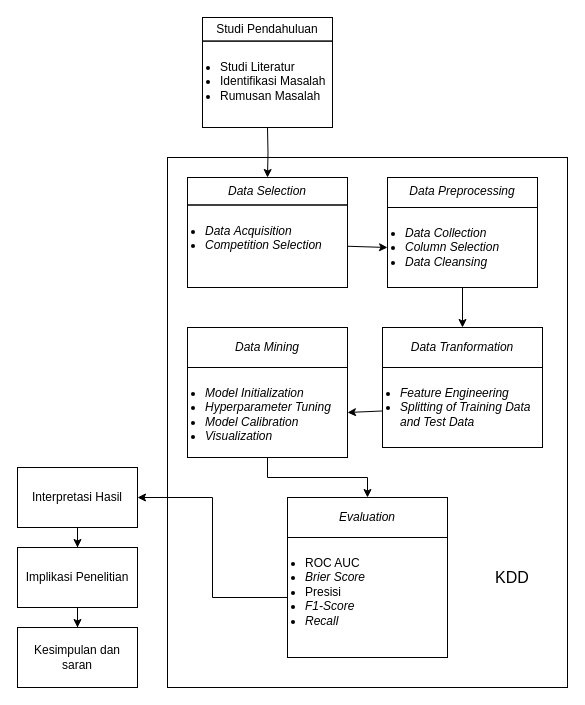
Earlier version of the draw.io diagram diagrams/Tahapan Penelitian.drawio (fadhilra101/skripsi). Source tidied: cells renumbered, new cells numbered last; positions are measured from the earlier drawing's top-left corner, leaving out a move shared by most shapes. Both pictures are drawn from the tidied source at 100%, with x=0, y=0 at pixel (17, 17).
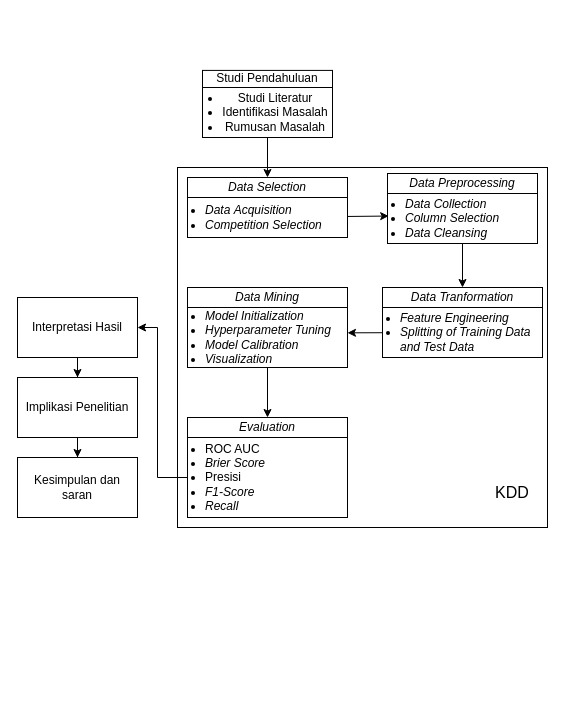
The same diagram, later.

Change to the diagram source:
```diff
@@
     <mxCell id="2" style="rounded=0;whiteSpace=wrap;html=1;fillColor=none;" parent="1" vertex="1">
-      <mxGeometry x="150" y="140" width="400" height="530" as="geometry" />
+      <mxGeometry x="160" y="150" width="370" height="360" as="geometry" />
     </mxCell>
-    <mxCell id="3" style="edgeStyle=orthogonalEdgeStyle;rounded=0;jettySize=auto;html=1;entryX=0.5;entryY=0;entryDx=0;entryDy=0;" parent="1" edge="1" target="8">
-      <mxGeometry relative="1" as="geometry">
-        <mxPoint x="250" y="110" as="sourcePoint" />
-      </mxGeometry>
-    </mxCell>
-    <mxCell id="4" value="&lt;i&gt;Evaluation&lt;/i&gt;" style="rounded=0;whiteSpace=wrap;html=1;fillColor=none;" parent="1" vertex="1">
-      <mxGeometry x="270" y="480" width="160" height="40" as="geometry" />
-    </mxCell>
     <mxCell id="5" style="edgeStyle=orthogonalEdgeStyle;rounded=0;jettySize=auto;html=1;entryX=1;entryY=0.5;entryDx=0;entryDy=0;" parent="1" edge="1" source="6" target="11">
-      <mxGeometry relative="1" as="geometry" />
+      <mxGeometry relative="1" as="geometry">
+        <Array as="points">
+          <mxPoint x="140" y="460" />
+          <mxPoint x="140" y="310" />
+        </Array>
+      </mxGeometry>
     </mxCell>
-    <mxCell id="6" value="&lt;ul style=&quot;padding-left: 16px;&quot;&gt;&lt;li&gt;ROC AUC&lt;/li&gt;&lt;li&gt;&lt;i&gt;Brier Score&lt;/i&gt;&lt;/li&gt;&lt;li&gt;&lt;span style=&quot;text-align: center;&quot;&gt;Presisi&lt;/span&gt;&lt;/li&gt;&lt;li&gt;&lt;span style=&quot;text-align: center;&quot;&gt;&lt;i&gt;F1-Score&lt;/i&gt;&lt;/span&gt;&lt;/li&gt;&lt;li&gt;&lt;span style=&quot;text-align: center;&quot;&gt;&lt;i&gt;Recall&lt;/i&gt;&lt;/span&gt;&lt;/li&gt;&lt;/ul&gt;" style="rounded=0;whiteSpace=wrap;html=1;fillColor=none;align=left;verticalAlign=top;" parent="1" vertex="1">
-      <mxGeometry x="270" y="520" width="160" height="120" as="geometry" />
-    </mxCell>
-    <mxCell id="7" style="group;verticalAlign=top;" parent="1" vertex="1">
-      <mxGeometry x="170" y="160" width="160" height="110" as="geometry" />
+    <mxCell id="7" style="group;verticalAlign=top;align=left;" parent="1" vertex="1">
+      <mxGeometry x="170" y="160" width="160" height="60" as="geometry" />
     </mxCell>
     <mxCell id="8" value="&lt;i&gt;Data Selection&lt;/i&gt;" style="rounded=0;whiteSpace=wrap;html=1;fillColor=none;" parent="7" vertex="1">
-      <mxGeometry width="160" height="27.5" as="geometry" />
+      <mxGeometry width="160" height="20" as="geometry" />
     </mxCell>
-    <mxCell id="9" value="&lt;ul style=&quot;padding-left: 16px;&quot;&gt;&lt;li&gt;&lt;i style=&quot;background-color: transparent; color: light-dark(rgb(0, 0, 0), rgb(255, 255, 255));&quot;&gt;Data&amp;nbsp;Acquisition&lt;/i&gt;&lt;/li&gt;&lt;li&gt;&lt;i style=&quot;background-color: transparent; color: light-dark(rgb(0, 0, 0), rgb(255, 255, 255));&quot;&gt;Competition Selection&lt;/i&gt;&lt;/li&gt;&lt;/ul&gt;" style="rounded=0;whiteSpace=wrap;html=1;fillColor=none;align=left;verticalAlign=top;" parent="7" vertex="1">
-      <mxGeometry y="27.5" width="160" height="82.5" as="geometry" />
+    <mxCell id="9" value="&lt;ul style=&quot;padding-left: 16px;&quot;&gt;&lt;li&gt;&lt;i style=&quot;background-color: transparent; color: light-dark(rgb(0, 0, 0), rgb(255, 255, 255));&quot;&gt;Data&amp;nbsp;Acquisition&lt;/i&gt;&lt;/li&gt;&lt;li&gt;&lt;i style=&quot;background-color: transparent; color: light-dark(rgb(0, 0, 0), rgb(255, 255, 255));&quot;&gt;Competition Selection&lt;/i&gt;&lt;/li&gt;&lt;/ul&gt;" style="rounded=0;whiteSpace=wrap;html=1;fillColor=none;align=left;verticalAlign=middle;labelPosition=center;verticalLabelPosition=middle;" parent="7" vertex="1">
+      <mxGeometry y="20" width="160" height="40" as="geometry" />
     </mxCell>
@@
     <mxCell id="11" value="Interpretasi Hasil" style="rounded=0;whiteSpace=wrap;html=1;fillColor=none;" parent="1" vertex="1">
-      <mxGeometry y="450" width="120" height="60" as="geometry" />
+      <mxGeometry y="280" width="120" height="60" as="geometry" />
     </mxCell>
@@
     <mxCell id="13" value="Implikasi Penelitian" style="rounded=0;whiteSpace=wrap;html=1;fillColor=none;" parent="1" vertex="1">
-      <mxGeometry y="530" width="120" height="60" as="geometry" />
+      <mxGeometry y="360" width="120" height="60" as="geometry" />
     </mxCell>
-    <mxCell id="14" style="group;" parent="1" vertex="1">
-      <mxGeometry x="185" width="130" height="110" as="geometry" />
+    <mxCell id="14" style="group;labelPosition=center;verticalLabelPosition=top;align=center;verticalAlign=bottom;" parent="1" vertex="1">
+      <mxGeometry x="185" y="40" width="130" height="80" as="geometry" />
     </mxCell>
     <mxCell id="15" value="Studi Pendahuluan" style="rounded=0;whiteSpace=wrap;html=1;fillColor=none;" parent="14" vertex="1">
-      <mxGeometry width="130" height="23.6" as="geometry" />
+      <mxGeometry y="12.9" width="130" height="17.1" as="geometry" />
     </mxCell>
-    <mxCell id="16" value="&lt;ul style=&quot;padding-left: 16px;&quot;&gt;&lt;li&gt;&lt;span style=&quot;background-color: transparent; color: light-dark(rgb(0, 0, 0), rgb(255, 255, 255));&quot;&gt;Studi Literatur&lt;/span&gt;&lt;/li&gt;&lt;li&gt;&lt;span style=&quot;background-color: transparent; color: light-dark(rgb(0, 0, 0), rgb(255, 255, 255));&quot;&gt;Identifikasi Masalah&lt;/span&gt;&lt;/li&gt;&lt;li&gt;&lt;span style=&quot;background-color: transparent; color: light-dark(rgb(0, 0, 0), rgb(255, 255, 255));&quot;&gt;&lt;span style=&quot;text-align: center;&quot;&gt;Rumusan Masalah&lt;/span&gt;&lt;/span&gt;&lt;/li&gt;&lt;/ul&gt;" style="rounded=0;whiteSpace=wrap;html=1;fillColor=none;align=left;verticalAlign=top;" parent="14" vertex="1">
-      <mxGeometry y="23.6" width="130" height="86.4" as="geometry" />
+    <mxCell id="16" value="&lt;ul style=&quot;padding-left: 16px;&quot;&gt;&lt;li&gt;&lt;span style=&quot;background-color: transparent; color: light-dark(rgb(0, 0, 0), rgb(255, 255, 255));&quot;&gt;Studi Literatur&lt;/span&gt;&lt;/li&gt;&lt;li&gt;&lt;span style=&quot;background-color: transparent; color: light-dark(rgb(0, 0, 0), rgb(255, 255, 255));&quot;&gt;Identifikasi Masalah&lt;/span&gt;&lt;/li&gt;&lt;li&gt;&lt;span style=&quot;background-color: transparent; color: light-dark(rgb(0, 0, 0), rgb(255, 255, 255));&quot;&gt;&lt;span style=&quot;text-align: center;&quot;&gt;Rumusan Masalah&lt;/span&gt;&lt;/span&gt;&lt;/li&gt;&lt;/ul&gt;" style="rounded=0;whiteSpace=wrap;html=1;fillColor=none;align=center;verticalAlign=middle;labelPosition=center;verticalLabelPosition=middle;" parent="14" vertex="1">
+      <mxGeometry y="30" width="130" height="50" as="geometry" />
     </mxCell>
     <mxCell id="17" value="Kesimpulan dan saran" style="rounded=0;whiteSpace=wrap;html=1;fillColor=none;" parent="1" vertex="1">
-      <mxGeometry y="610" width="120" height="60" as="geometry" />
+      <mxGeometry y="440" width="120" height="60" as="geometry" />
     </mxCell>
     <mxCell id="18" value="KDD" style="text;html=1;align=center;verticalAlign=middle;whiteSpace=wrap;rounded=0;fontSize=16;" parent="1" vertex="1">
-      <mxGeometry x="465" y="545" width="60" height="30" as="geometry" />
+      <mxGeometry x="465" y="460" width="60" height="30" as="geometry" />
     </mxCell>
+    <mxCell id="20" style="edgeStyle=orthogonalEdgeStyle;rounded=0;jettySize=auto;html=1;entryX=0.5;entryY=0;entryDx=0;entryDy=0;" parent="1" edge="1" source="21" target="24">
+      <mxGeometry relative="1" as="geometry" />
+    </mxCell>
+    <mxCell id="25" style="edgeStyle=orthogonalEdgeStyle;rounded=0;jettySize=auto;html=1;entryX=0.5;entryY=0;entryDx=0;entryDy=0;" parent="1" edge="1" source="26" target="4">
+      <mxGeometry relative="1" as="geometry" />
+    </mxCell>
+    <mxCell id="29" style="edgeStyle=orthogonalEdgeStyle;rounded=0;jettySize=auto;html=1;entryX=0.5;entryY=0;entryDx=0;entryDy=0;" parent="1" edge="1" source="16" target="8">
+      <mxGeometry relative="1" as="geometry" />
+    </mxCell>
+    <mxCell id="28" style="endArrow=classic;html=1;rounded=0;entryX=0.008;entryY=0.451;entryDx=0;entryDy=0;entryPerimeter=0;exitX=1;exitY=0.474;exitDx=0;exitDy=0;exitPerimeter=0;" parent="1" edge="1" source="9" target="21">
+      <mxGeometry relative="1" as="geometry" />
+    </mxCell>
+    <mxCell id="30" style="group;align=left;" parent="1" vertex="1">
+      <mxGeometry x="370" y="156" width="150" height="70" as="geometry" />
+    </mxCell>
-    <mxCell id="19" value="&lt;i&gt;Data Preprocessing&lt;/i&gt;" style="rounded=0;whiteSpace=wrap;html=1;fillColor=none;verticalAlign=top;" parent="1" vertex="1">
-      <mxGeometry x="370" y="160" width="150" height="30" as="geometry" />
+    <mxCell id="19" value="&lt;i&gt;Data Preprocessing&lt;/i&gt;" style="rounded=0;whiteSpace=wrap;html=1;fillColor=none;verticalAlign=middle;labelPosition=center;verticalLabelPosition=middle;align=center;" parent="30" vertex="1">
+      <mxGeometry width="150" height="20" as="geometry" />
     </mxCell>
-    <mxCell id="20" style="edgeStyle=orthogonalEdgeStyle;rounded=0;jettySize=auto;html=1;entryX=0.5;entryY=0;entryDx=0;entryDy=0;" parent="1" edge="1" source="21" target="24">
-      <mxGeometry relative="1" as="geometry" />
-    </mxCell>
-    <mxCell id="21" value="&lt;ul style=&quot;padding-left: 16px;&quot;&gt;&lt;li&gt;&lt;i&gt;Data Collection&lt;/i&gt;&lt;/li&gt;&lt;li&gt;&lt;i&gt;Column Selection&lt;/i&gt;&lt;/li&gt;&lt;li&gt;&lt;i&gt;Data&amp;nbsp;Cleansing&lt;/i&gt;&lt;/li&gt;&lt;/ul&gt;" style="rounded=0;fillColor=none;align=left;verticalAlign=top;html=1;" parent="1" vertex="1">
-      <mxGeometry x="370" y="190" width="150" height="80" as="geometry" />
+    <mxCell id="21" value="&lt;ul style=&quot;padding-left: 16px;&quot;&gt;&lt;li&gt;&lt;i&gt;Data Collection&lt;/i&gt;&lt;/li&gt;&lt;li&gt;&lt;i&gt;Column Selection&lt;/i&gt;&lt;/li&gt;&lt;li&gt;&lt;i&gt;Data&amp;nbsp;Cleansing&lt;/i&gt;&lt;/li&gt;&lt;/ul&gt;" style="rounded=0;fillColor=none;align=left;verticalAlign=middle;html=1;labelPosition=center;verticalLabelPosition=middle;" parent="30" vertex="1">
+      <mxGeometry y="20" width="150" height="50" as="geometry" />
     </mxCell>
+    <mxCell id="31" style="group;" parent="1" vertex="1">
+      <mxGeometry x="170" y="270" width="160" height="80" as="geometry" />
+    </mxCell>
+    <mxCell id="26" value="&lt;ul style=&quot;padding-left: 16px;&quot;&gt;&lt;li&gt;&lt;i&gt;Model Initialization&lt;/i&gt;&lt;/li&gt;&lt;li&gt;&lt;i&gt;Hyperparameter Tuning&lt;/i&gt;&lt;/li&gt;&lt;li&gt;&lt;i&gt;Model Calibration&lt;/i&gt;&lt;/li&gt;&lt;li&gt;&lt;i&gt;Visualization&lt;/i&gt;&lt;/li&gt;&lt;/ul&gt;" style="rounded=0;whiteSpace=wrap;html=1;fillColor=none;verticalAlign=middle;align=left;labelPosition=center;verticalLabelPosition=middle;" parent="31" vertex="1">
+      <mxGeometry y="20" width="160" height="60" as="geometry" />
+    </mxCell>
+    <mxCell id="27" value="&lt;i&gt;Data Mining&lt;/i&gt;" style="rounded=0;whiteSpace=wrap;html=1;fillColor=none;" parent="31" vertex="1">
+      <mxGeometry width="160" height="20" as="geometry" />
+    </mxCell>
-    <mxCell id="22" style="rounded=0;jettySize=auto;html=1;entryX=1;entryY=0.5;entryDx=0;entryDy=0;" parent="1" edge="1" source="23" target="26">
+    <mxCell id="22" style="rounded=0;jettySize=auto;html=1;entryX=1;entryY=0.422;entryDx=0;entryDy=0;entryPerimeter=0;" parent="1" edge="1" source="23" target="26">
       <mxGeometry relative="1" as="geometry" />
     </mxCell>
+    <mxCell id="32" style="group;" parent="1" vertex="1">
+      <mxGeometry x="170" y="400" width="160" height="100" as="geometry" />
+    </mxCell>
+    <mxCell id="4" value="&lt;i&gt;Evaluation&lt;/i&gt;" style="rounded=0;whiteSpace=wrap;html=1;fillColor=none;" parent="32" vertex="1">
+      <mxGeometry width="160" height="20" as="geometry" />
+    </mxCell>
+    <mxCell id="6" value="&lt;ul style=&quot;padding-left: 16px;&quot;&gt;&lt;li&gt;ROC AUC&lt;/li&gt;&lt;li&gt;&lt;i&gt;Brier Score&lt;/i&gt;&lt;/li&gt;&lt;li&gt;&lt;span style=&quot;&quot;&gt;Presisi&lt;/span&gt;&lt;/li&gt;&lt;li&gt;&lt;span style=&quot;&quot;&gt;&lt;i&gt;F1-Score&lt;/i&gt;&lt;/span&gt;&lt;/li&gt;&lt;li&gt;&lt;span style=&quot;&quot;&gt;&lt;i&gt;Recall&lt;/i&gt;&lt;/span&gt;&lt;/li&gt;&lt;/ul&gt;" style="rounded=0;whiteSpace=wrap;html=1;fillColor=none;align=left;verticalAlign=middle;labelPosition=center;verticalLabelPosition=middle;" parent="32" vertex="1">
+      <mxGeometry y="20" width="160" height="80" as="geometry" />
+    </mxCell>
-    <mxCell id="23" value="&lt;ul style=&quot;padding-left: 16px;&quot;&gt;&lt;li&gt;&lt;i&gt;Feature Engineering&lt;/i&gt;&lt;/li&gt;&lt;li&gt;&lt;i&gt;Splitting of Training Data and Test Data&lt;/i&gt;&lt;/li&gt;&lt;/ul&gt;" style="rounded=0;whiteSpace=wrap;html=1;fillColor=none;verticalAlign=top;align=left;" parent="1" vertex="1">
-      <mxGeometry x="365" y="350" width="160" height="80" as="geometry" />
+    <mxCell id="23" value="&lt;ul style=&quot;padding-left: 16px;&quot;&gt;&lt;li&gt;&lt;i&gt;Feature Engineering&lt;/i&gt;&lt;/li&gt;&lt;li&gt;&lt;i&gt;Splitting of Training Data and Test Data&lt;/i&gt;&lt;/li&gt;&lt;/ul&gt;" style="rounded=0;whiteSpace=wrap;html=1;fillColor=none;verticalAlign=middle;align=left;labelPosition=center;verticalLabelPosition=middle;" parent="1" vertex="1">
+      <mxGeometry x="365" y="290" width="160" height="50" as="geometry" />
     </mxCell>
     <mxCell id="24" value="&lt;i&gt;Data&amp;nbsp;Tranformation&lt;/i&gt;" style="rounded=0;whiteSpace=wrap;html=1;fillColor=none;" parent="1" vertex="1">
-      <mxGeometry x="365" y="310" width="160" height="40" as="geometry" />
+      <mxGeometry x="365" y="270" width="160" height="20" as="geometry" />
     </mxCell>
-    <mxCell id="25" style="edgeStyle=orthogonalEdgeStyle;rounded=0;jettySize=auto;html=1;entryX=0.5;entryY=0;entryDx=0;entryDy=0;" parent="1" edge="1" source="26" target="4">
-      <mxGeometry relative="1" as="geometry" />
-    </mxCell>
-    <mxCell id="26" value="&lt;ul style=&quot;padding-left: 16px;&quot;&gt;&lt;li&gt;&lt;i&gt;Model Initialization&lt;/i&gt;&lt;/li&gt;&lt;li&gt;&lt;i&gt;Hyperparameter Tuning&lt;/i&gt;&lt;/li&gt;&lt;li&gt;&lt;i&gt;Model Calibration&lt;/i&gt;&lt;/li&gt;&lt;li&gt;&lt;i&gt;Visualization&lt;/i&gt;&lt;/li&gt;&lt;/ul&gt;" style="rounded=0;whiteSpace=wrap;html=1;fillColor=none;verticalAlign=top;align=left;" parent="1" vertex="1">
-      <mxGeometry x="170" y="350" width="160" height="90" as="geometry" />
-    </mxCell>
-    <mxCell id="27" value="&lt;i&gt;Data Mining&lt;/i&gt;" style="rounded=0;whiteSpace=wrap;html=1;fillColor=none;" parent="1" vertex="1">
-      <mxGeometry x="170" y="310" width="160" height="40" as="geometry" />
-    </mxCell>
-    <mxCell id="28" style="endArrow=classic;html=1;rounded=0;entryX=0;entryY=0.5;entryDx=0;entryDy=0;exitX=1;exitY=0.5;exitDx=0;exitDy=0;" parent="1" edge="1" source="9" target="21">
-      <mxGeometry relative="1" as="geometry" />
-    </mxCell>
```
